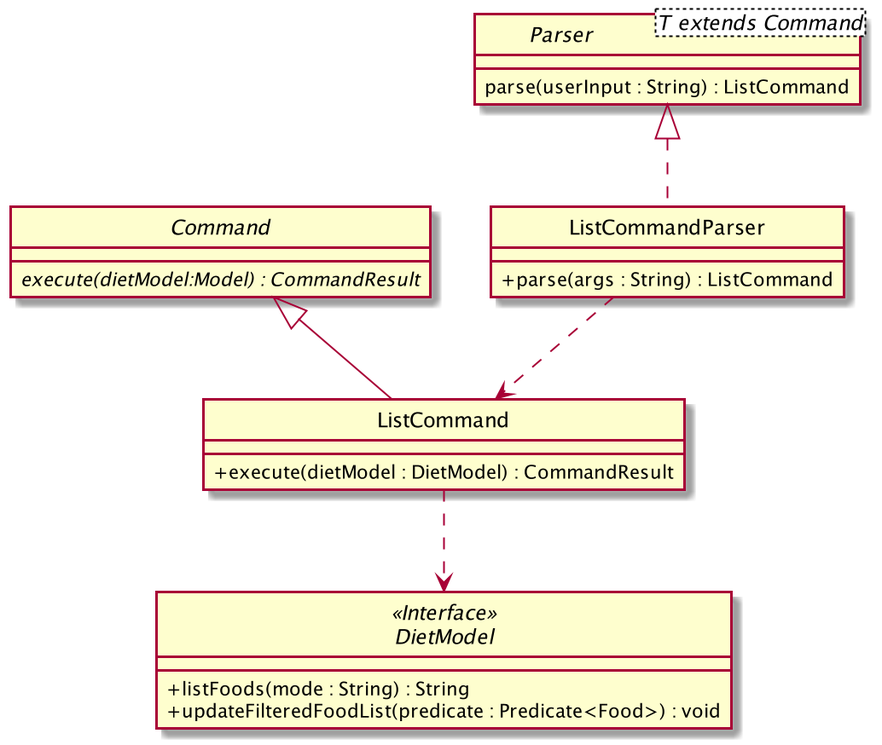
The PlantUML diagram images/DietTrackerListCommandClassDiagram.png in AY1920S2-CS2103T-W13-1/main, before a commit.
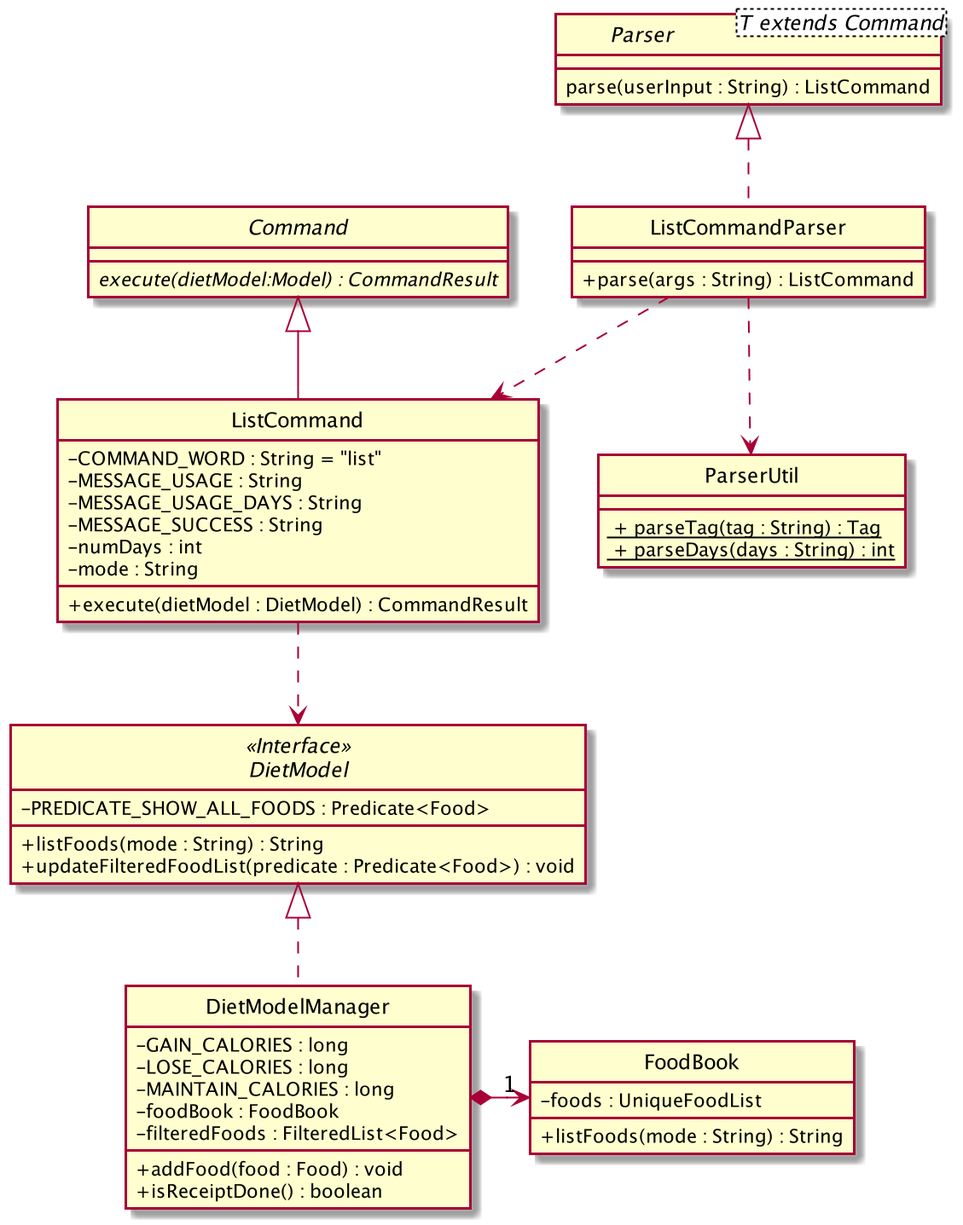
The same diagram one commit later.

Change to the diagram source:
```diff
@@ -18,22 +18,52 @@
 }
 
 class ListCommand extends Command {
+    - COMMAND_WORD : String = "list"
+    - MESSAGE_USAGE : String
+    - MESSAGE_USAGE_DAYS : String
+    - MESSAGE_SUCCESS : String
+    - numDays : int
+    - mode : String
 
     + execute(dietModel : DietModel) : CommandResult
 
 }
 
 interface DietModel <<Interface>> {
+    - PREDICATE_SHOW_ALL_FOODS : Predicate<Food>
 
     + listFoods(mode : String) : String
     + updateFilteredFoodList(predicate : Predicate<Food>) : void
 
 }
 
+class ParserUtil {
+    <u> + parseTag(tag : String) : Tag
+    <u> + parseDays(days : String) : int
+}
+
+class DietModelManager implements DietModel {
+    - GAIN_CALORIES : long
+    - LOSE_CALORIES : long
+    - MAINTAIN_CALORIES : long
+    - foodBook : FoodBook
+    - filteredFoods : FilteredList<Food>
+
+    + addFood(food : Food) : void
+    + isReceiptDone() : boolean
+}
+
+class FoodBook {
+    - foods : UniqueFoodList
+
+    + listFoods(mode : String) : String
+}
+
 
 
 ListCommandParser ..> ListCommand
+ListCommandParser ..> ParserUtil
 ListCommand ..> DietModel
-
+DietModelManager *-right->"1" FoodBook
 
 @enduml
```
